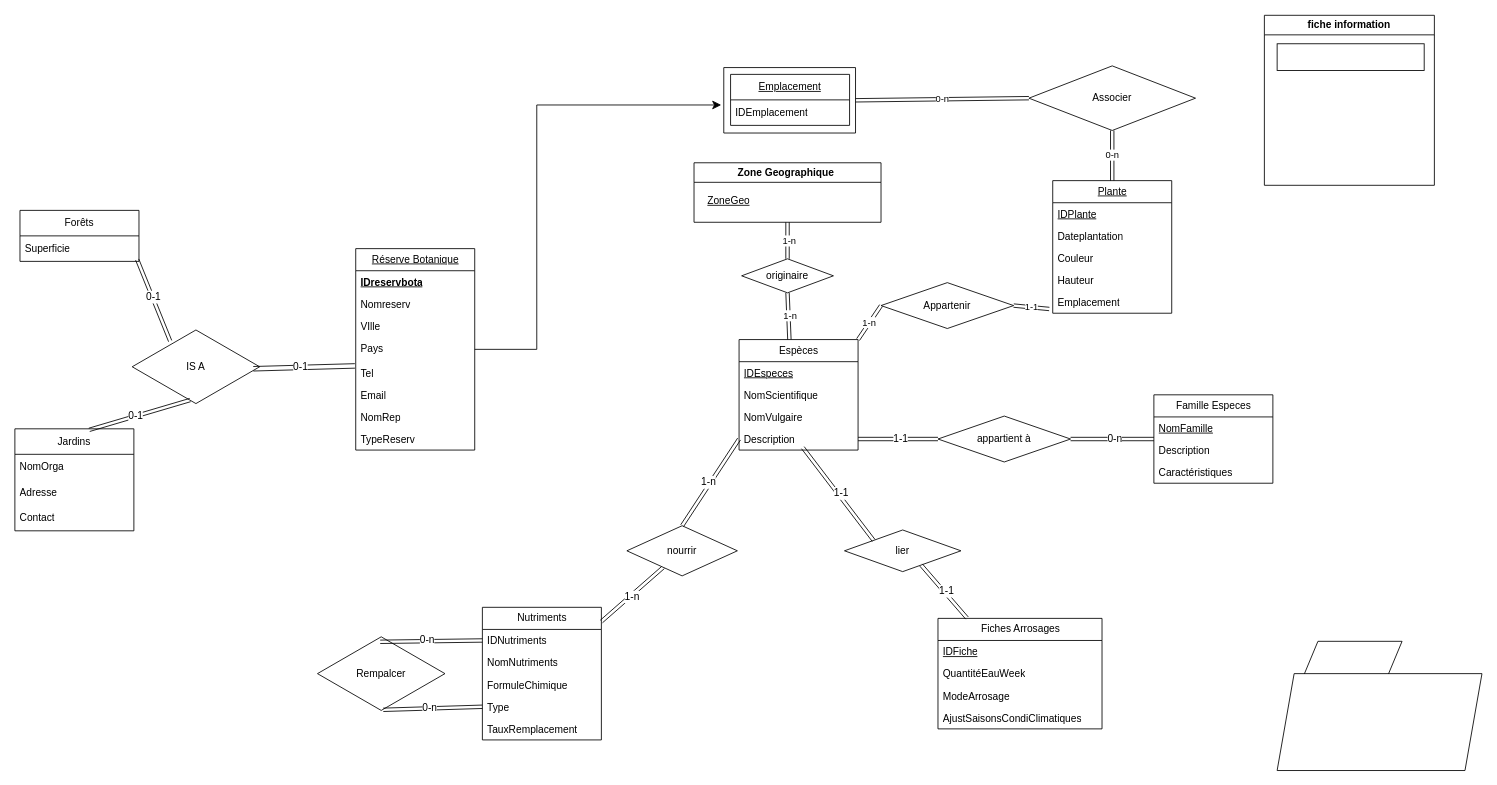
korasrar/Work keeps this draw.io diagram as SAE3/Untitled Diagram.drawio. Above is the earlier version. Source tidied: cells renumbered, new cells numbered last; positions are measured from the earlier drawing's top-left corner, leaving out a move shared by most shapes. Both pictures are drawn from the tidied source at 85%, with x=0, y=0 at pixel (14, 14).
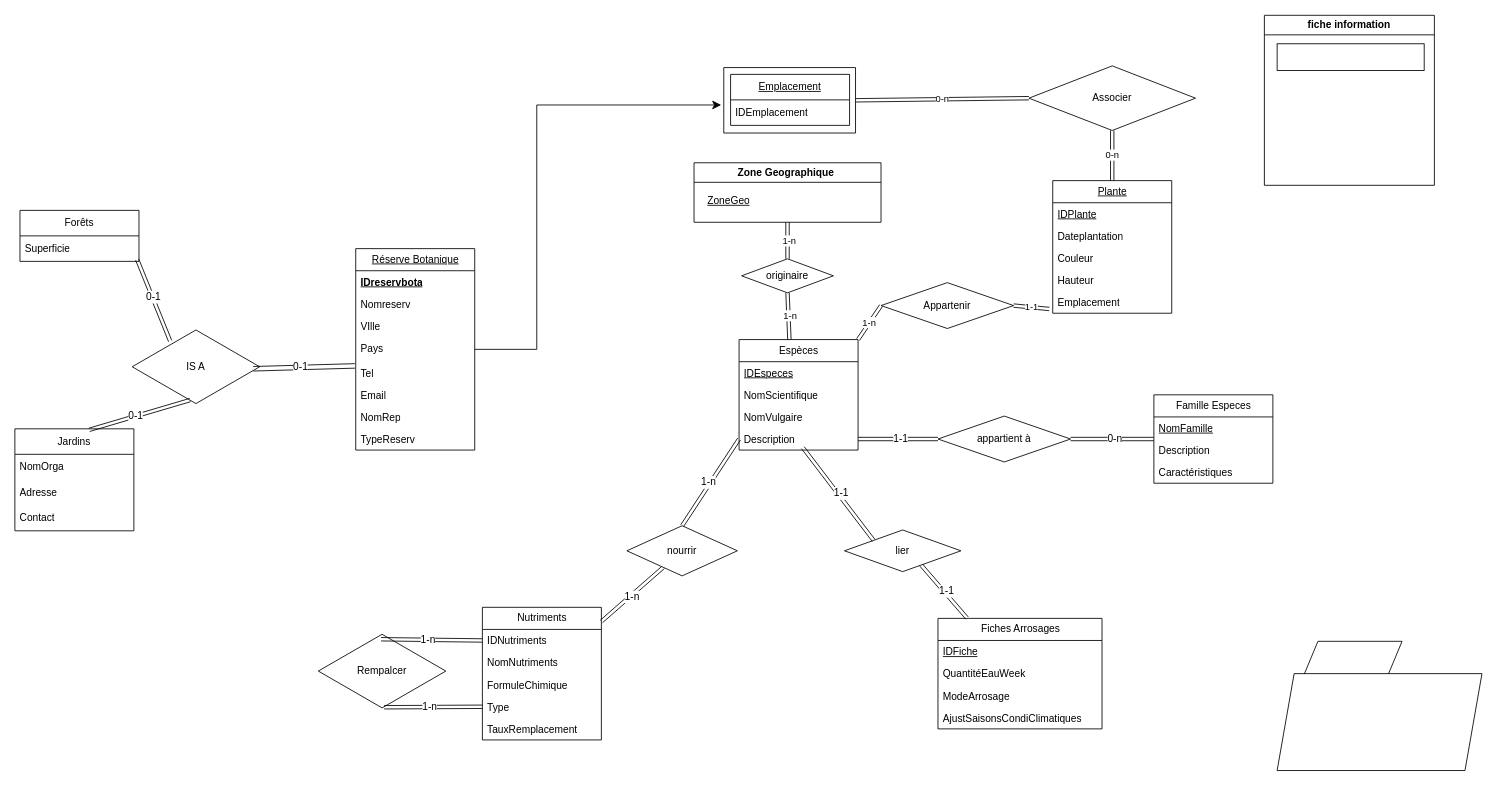
The same page after the edit.

Commit message:
Mettre à jour Untitled Diagram.drawio

The change refers to these unchanged cells:
```xml
<mxCell id="65" style="shape=link;html=1;rounded=0;fontSize=12;startSize=8;endSize=8;curved=1;entryX=0;entryY=0.5;entryDx=0;entryDy=0;exitX=0.492;exitY=0.084;exitDx=0;exitDy=0;exitPerimeter=0;" parent="1" edge="1" source="64" target="32">
  <mxGeometry relative="1" as="geometry" />
</mxCell>
<mxCell id="67" style="shape=link;html=1;rounded=0;fontSize=12;startSize=8;endSize=8;curved=1;entryX=0;entryY=0.5;entryDx=0;entryDy=0;exitX=0.516;exitY=0.973;exitDx=0;exitDy=0;exitPerimeter=0;" parent="1" edge="1" source="64" target="35">
  <mxGeometry relative="1" as="geometry" />
</mxCell>
```

The edit, as a diff of the source:
```diff
@@
     <mxCell id="64" value="Rempalcer" style="html=1;whiteSpace=wrap;shape=isoRectangle;" parent="1" vertex="1">
-      <mxGeometry x="356" y="730" width="150" height="90" as="geometry" />
+      <mxGeometry x="357" y="727" width="150" height="90" as="geometry" />
     </mxCell>
@@
-    <mxCell id="66" value="0-n" style="edgeLabel;html=1;align=center;verticalAlign=middle;fontSize=12;" parent="65" vertex="1">
+    <mxCell id="66" value="1-n" style="edgeLabel;html=1;align=center;verticalAlign=middle;fontSize=12;" parent="65" vertex="1">
       <mxGeometry x="-0.08" y="1" relative="1" as="geometry" />
     </mxCell>
@@
-    <mxCell id="68" value="0-n" style="edgeLabel;html=1;align=center;verticalAlign=middle;fontSize=12;" parent="67" vertex="1">
+    <mxCell id="68" value="1-n" style="edgeLabel;html=1;align=center;verticalAlign=middle;fontSize=12;" parent="67" vertex="1">
       <mxGeometry x="-0.08" y="1" relative="1" as="geometry" />
     </mxCell>
```
